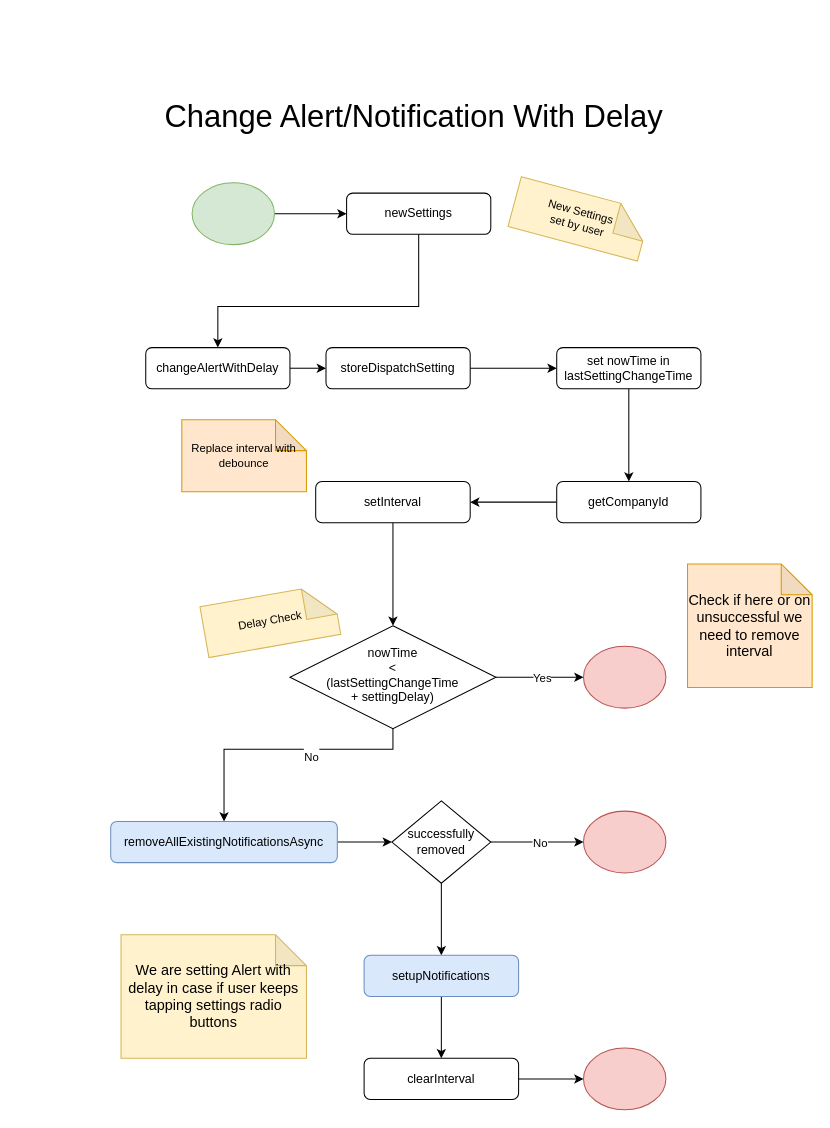
Before: page "Change Alert" (1 of 7) of projects/central_masjid_dashboard/cdb/misc/docs-mobile/MDB Mobile Setup Notifications.drawio in sherazc/playground, a draw.io diagram. Source tidied: cells renumbered, new cells numbered last; positions are measured from the earlier drawing's top-left corner, leaving out a move shared by most shapes. Both pictures are drawn from the tidied source at 103%, with x=0, y=0 at pixel (110, 90).
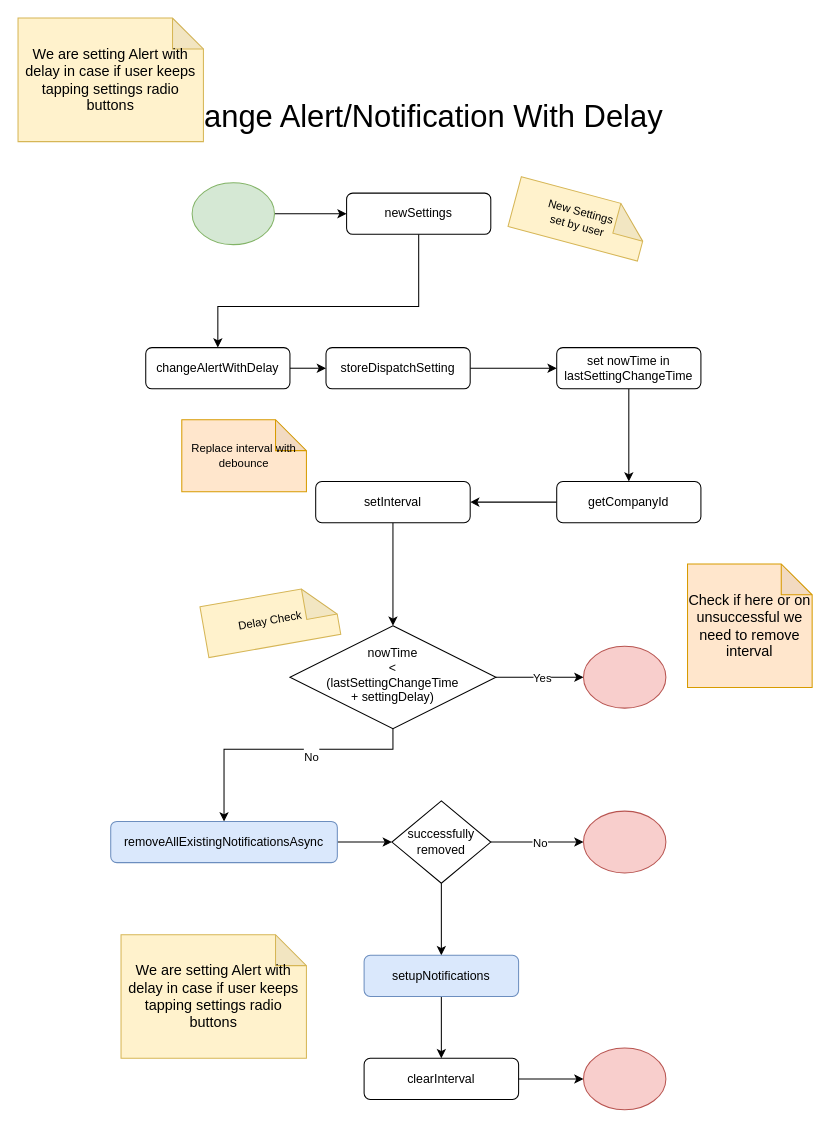
The same page after the edit.

Change to the diagram source:
```diff
@@
+    <mxCell id="40" value="&lt;font style=&quot;font-size: 14px;&quot;&gt;We are setting Alert with delay in case if user keeps tapping settings radio buttons&lt;/font&gt;" style="shape=note;whiteSpace=wrap;html=1;backgroundOutline=1;darkOpacity=0.05;fontSize=11;fillColor=#fff2cc;strokeColor=#d6b656;rotation=0;align=center;" parent="1" vertex="1">
+      <mxGeometry x="-90" y="-70" width="180" height="120" as="geometry" />
+    </mxCell>
```
